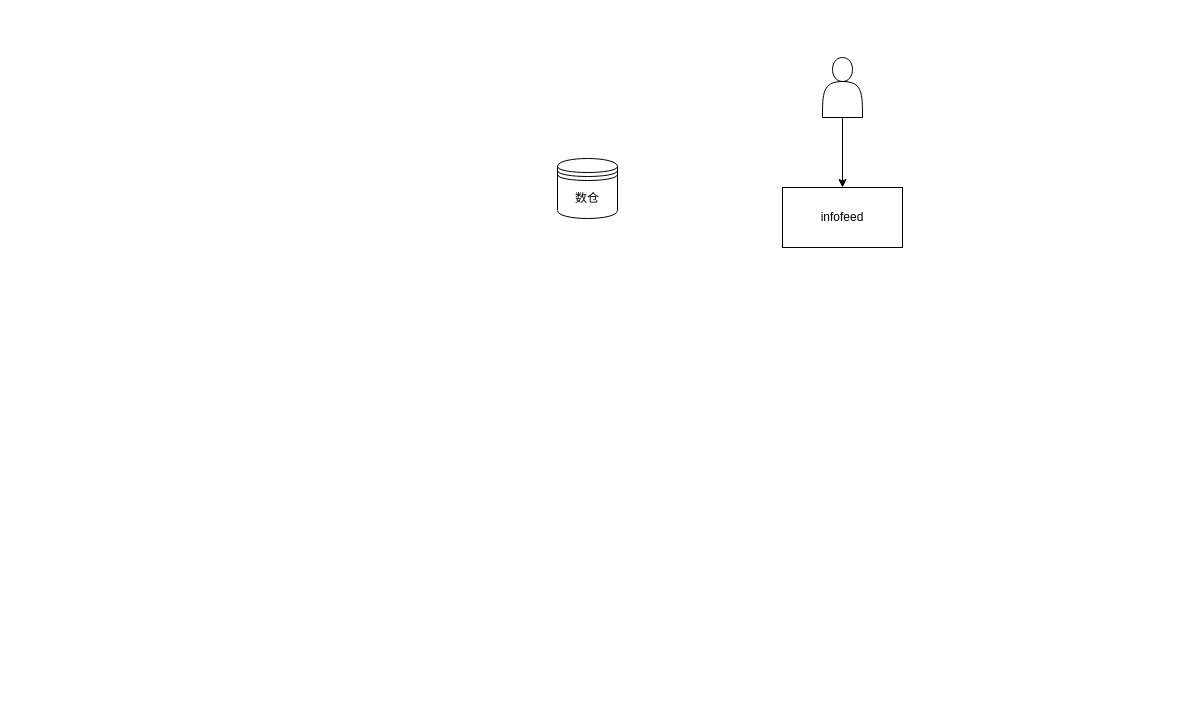
This is 掌通家园-推荐系统流程图.drawio from wangjie5540/drawio, a draw.io file, before an edit. Source tidied: cells renumbered, new cells numbered last; positions are measured from the earlier drawing's top-left corner, leaving out a move shared by most shapes. Both pictures are drawn from the tidied source at 100%, with x=0, y=0 at pixel (557, 57).
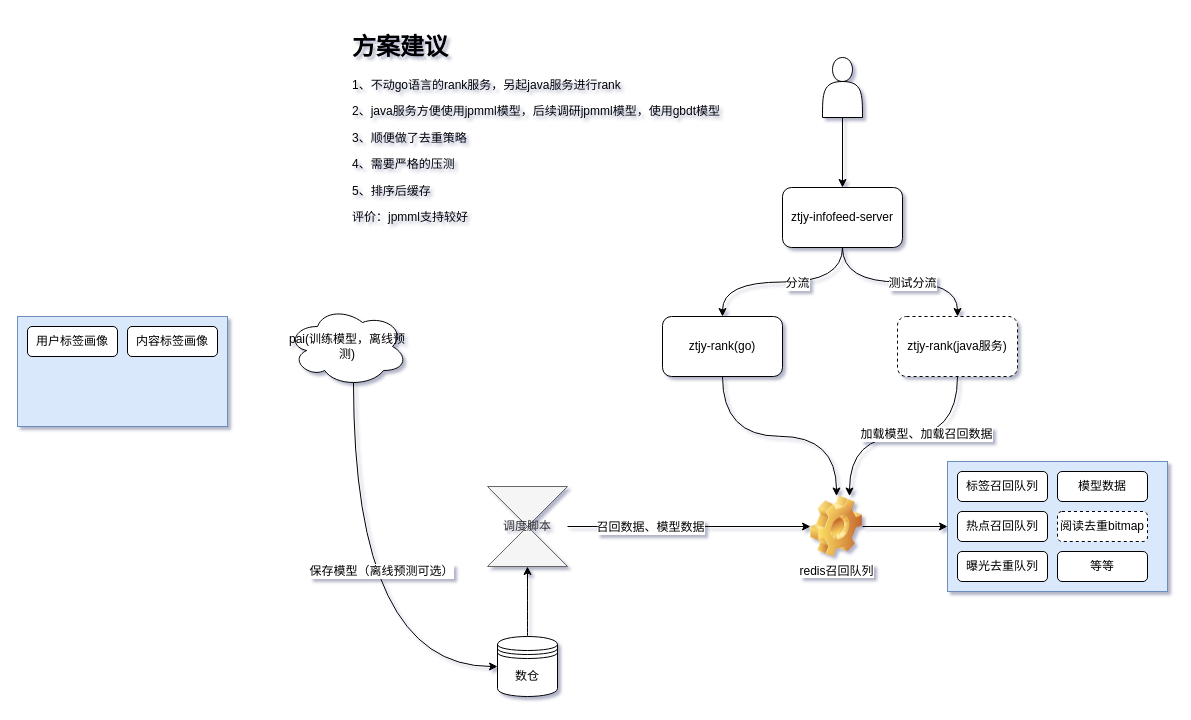
The same diagram, later.

Commit message (it also covers changes not shown here):
更新掌通家园-推荐系统流程图.drawio

Diff of the diagram source:
```diff
@@
-<mxGraphModel>
+<mxGraphModel shadow="1">
@@
+    <mxCell id="6" style="rounded=0;whiteSpace=wrap;html=1;shadow=0;strokeColor=#6c8ebf;fillColor=#dae8fc;" parent="1" vertex="1">
+      <mxGeometry x="-540" y="259" width="210" height="110" as="geometry" />
+    </mxCell>
+    <mxCell id="7" style="edgeStyle=orthogonalEdgeStyle;curved=1;rounded=0;jettySize=auto;html=1;exitX=0.5;exitY=0;exitDx=0;exitDy=0;entryX=0.5;entryY=1;entryDx=0;entryDy=0;" parent="1" edge="1" source="2" target="21">
+      <mxGeometry relative="1" as="geometry" />
+    </mxCell>
     <mxCell id="2" value="数仓" style="shape=datastore;whiteSpace=wrap;html=1;" parent="1" vertex="1">
-      <mxGeometry y="101" width="60" height="60" as="geometry" />
+      <mxGeometry x="-60" y="579" width="60" height="60" as="geometry" />
     </mxCell>
@@
+    <mxCell id="8" style="edgeStyle=orthogonalEdgeStyle;rounded=0;jettySize=auto;html=1;exitX=0.5;exitY=1;exitDx=0;exitDy=0;entryX=0.5;entryY=0;entryDx=0;entryDy=0;curved=1;" parent="1" edge="1" source="5" target="13">
+      <mxGeometry relative="1" as="geometry" />
+    </mxCell>
+    <mxCell id="9" value="分流" style="text;html=1;align=center;verticalAlign=middle;labelBackgroundColor=#ffffff;" parent="8" vertex="1">
+      <mxGeometry x="-0.29" y="1" relative="1" as="geometry">
+        <mxPoint x="-13" as="offset" />
+      </mxGeometry>
+    </mxCell>
+    <mxCell id="10" style="edgeStyle=orthogonalEdgeStyle;curved=1;rounded=0;jettySize=auto;html=1;exitX=0.5;exitY=1;exitDx=0;exitDy=0;" parent="1" edge="1" source="5" target="16">
+      <mxGeometry relative="1" as="geometry" />
+    </mxCell>
+    <mxCell id="11" value="测试分流" style="text;html=1;align=center;verticalAlign=middle;labelBackgroundColor=#ffffff;" parent="10" vertex="1">
+      <mxGeometry x="0.13" y="-1" relative="1" as="geometry" />
+    </mxCell>
-    <mxCell id="5" value="infofeed" style="rounded=0;whiteSpace=wrap;html=1;" parent="1" vertex="1">
+    <mxCell id="5" value="ztjy-infofeed-server" style="rounded=1;whiteSpace=wrap;html=1;" parent="1" vertex="1">
       <mxGeometry x="225" y="130" width="120" height="60" as="geometry" />
     </mxCell>
+    <mxCell id="12" style="edgeStyle=orthogonalEdgeStyle;curved=1;rounded=0;jettySize=auto;html=1;exitX=0.5;exitY=1;exitDx=0;exitDy=0;" parent="1" edge="1" source="13" target="18">
+      <mxGeometry relative="1" as="geometry" />
+    </mxCell>
+    <mxCell id="13" value="ztjy-rank(go)" style="rounded=1;whiteSpace=wrap;html=1;" parent="1" vertex="1">
+      <mxGeometry x="105" y="259" width="120" height="60" as="geometry" />
+    </mxCell>
+    <mxCell id="14" style="edgeStyle=orthogonalEdgeStyle;curved=1;rounded=0;jettySize=auto;html=1;exitX=0.5;exitY=1;exitDx=0;exitDy=0;entryX=0.75;entryY=0;entryDx=0;entryDy=0;" parent="1" edge="1" source="16" target="18">
+      <mxGeometry relative="1" as="geometry" />
+    </mxCell>
+    <mxCell id="15" value="加载模型、加载召回数据" style="text;html=1;align=center;verticalAlign=middle;labelBackgroundColor=#ffffff;" parent="14" vertex="1">
+      <mxGeometry x="-0.5" y="-32" relative="1" as="geometry" />
+    </mxCell>
+    <mxCell id="16" value="ztjy-rank(java服务)" style="rounded=1;whiteSpace=wrap;html=1;dashed=1;" parent="1" vertex="1">
+      <mxGeometry x="340" y="259" width="120" height="60" as="geometry" />
+    </mxCell>
+    <mxCell id="17" style="edgeStyle=none;rounded=0;jettySize=auto;html=1;exitX=1;exitY=0.5;exitDx=0;exitDy=0;entryX=0;entryY=0.5;entryDx=0;entryDy=0;fontColor=#000000;" parent="1" edge="1" source="18" target="27">
+      <mxGeometry relative="1" as="geometry" />
+    </mxCell>
+    <mxCell id="18" value="redis召回队列" style="shape=image;html=1;verticalLabelPosition=bottom;labelBackgroundColor=#ffffff;verticalAlign=top;imageAspect=1;image=img/clipart/Gear_128x128.png;rounded=1;" parent="1" vertex="1">
+      <mxGeometry x="253" y="438.5" width="52" height="61" as="geometry" />
+    </mxCell>
+    <mxCell id="19" style="rounded=0;jettySize=auto;html=1;exitX=1;exitY=0.5;exitDx=0;exitDy=0;" parent="1" edge="1" source="21" target="18">
+      <mxGeometry relative="1" as="geometry" />
+    </mxCell>
+    <mxCell id="20" value="召回数据、模型数据" style="text;html=1;align=center;verticalAlign=middle;labelBackgroundColor=#ffffff;" parent="19" vertex="1">
+      <mxGeometry x="-0.45" relative="1" as="geometry">
+        <mxPoint x="15" as="offset" />
+      </mxGeometry>
+    </mxCell>
+    <mxCell id="21" value="调度脚本" style="shape=collate;whiteSpace=wrap;html=1;rounded=1;fillColor=#f5f5f5;strokeColor=#666666;fontColor=#333333;" parent="1" vertex="1">
+      <mxGeometry x="-70" y="429" width="80" height="80" as="geometry" />
+    </mxCell>
+    <mxCell id="22" style="edgeStyle=orthogonalEdgeStyle;rounded=0;jettySize=auto;html=1;exitX=0.55;exitY=0.95;exitDx=0;exitDy=0;exitPerimeter=0;entryX=0;entryY=0.5;entryDx=0;entryDy=0;curved=1;" parent="1" edge="1" source="24" target="2">
+      <mxGeometry relative="1" as="geometry">
+        <Array as="points">
+          <mxPoint x="-204" y="609" />
+        </Array>
+      </mxGeometry>
+    </mxCell>
+    <mxCell id="23" value="保存模型（离线预测可选）" style="text;html=1;align=center;verticalAlign=middle;labelBackgroundColor=#ffffff;fontColor=#000000;" parent="22" vertex="1">
+      <mxGeometry x="-0.12" y="27" relative="1" as="geometry" />
+    </mxCell>
+    <mxCell id="24" value="pai(训练模型，离线预测)" style="ellipse;shape=cloud;whiteSpace=wrap;html=1;rounded=1;shadow=0;strokeColor=#000000;fillColor=#ffffff;" parent="1" vertex="1">
+      <mxGeometry x="-270" y="249" width="120" height="80" as="geometry" />
+    </mxCell>
+    <mxCell id="25" value="&lt;h1&gt;方案建议&lt;/h1&gt;&lt;p&gt;1、不动go语言的rank服务，另起java服务进行rank&lt;/p&gt;&lt;p&gt;2、java服务方便使用jpmml模型，后续调研jpmml模型，使用gbdt模型&lt;/p&gt;&lt;p&gt;3、顺便做了去重策略&lt;/p&gt;&lt;p&gt;4、需要严格的压测&lt;/p&gt;&lt;p&gt;5、排序后缓存&lt;/p&gt;&lt;p&gt;评价：jpmml支持较好&lt;/p&gt;" style="text;html=1;strokeColor=none;fillColor=none;spacing=5;spacingTop=-20;whiteSpace=wrap;overflow=hidden;rounded=0;shadow=0;fontStyle=0;fontColor=#000000;" parent="1" vertex="1">
+      <mxGeometry x="-210" y="-30" width="410" height="209" as="geometry" />
+    </mxCell>
+    <mxCell id="26" style="group;" parent="1" vertex="1">
+      <mxGeometry x="390" y="404" width="220" height="130" as="geometry" />
+    </mxCell>
+    <mxCell id="27" style="rounded=0;whiteSpace=wrap;html=1;shadow=0;strokeColor=#6c8ebf;fillColor=#dae8fc;" parent="26" vertex="1">
+      <mxGeometry width="220" height="130" as="geometry" />
+    </mxCell>
+    <mxCell id="28" value="标签召回队列" style="rounded=1;whiteSpace=wrap;html=1;shadow=0;strokeColor=#000000;fillColor=#ffffff;fontColor=#000000;" parent="26" vertex="1">
+      <mxGeometry x="10" y="10" width="90" height="30" as="geometry" />
+    </mxCell>
+    <mxCell id="29" value="模型数据" style="rounded=1;whiteSpace=wrap;html=1;shadow=0;strokeColor=#000000;fillColor=#ffffff;fontColor=#000000;" parent="26" vertex="1">
+      <mxGeometry x="110" y="10" width="90" height="30" as="geometry" />
+    </mxCell>
+    <mxCell id="30" value="热点召回队列" style="rounded=1;whiteSpace=wrap;html=1;shadow=0;strokeColor=#000000;fillColor=#ffffff;fontColor=#000000;" parent="26" vertex="1">
+      <mxGeometry x="10" y="50" width="90" height="30" as="geometry" />
+    </mxCell>
+    <mxCell id="31" value="阅读去重bitmap" style="rounded=1;whiteSpace=wrap;html=1;shadow=0;strokeColor=#000000;fillColor=#ffffff;fontColor=#000000;dashed=1;" parent="26" vertex="1">
+      <mxGeometry x="110" y="50" width="90" height="30" as="geometry" />
+    </mxCell>
+    <mxCell id="32" value="曝光去重队列" style="rounded=1;whiteSpace=wrap;html=1;shadow=0;strokeColor=#000000;fillColor=#ffffff;fontColor=#000000;" parent="26" vertex="1">
+      <mxGeometry x="10" y="90" width="90" height="30" as="geometry" />
+    </mxCell>
+    <mxCell id="33" value="等等" style="rounded=1;whiteSpace=wrap;html=1;shadow=0;strokeColor=#000000;fillColor=#ffffff;fontColor=#000000;" parent="26" vertex="1">
+      <mxGeometry x="110" y="90" width="90" height="30" as="geometry" />
+    </mxCell>
+    <mxCell id="34" value="用户标签画像" style="rounded=1;whiteSpace=wrap;html=1;shadow=0;strokeColor=#000000;fillColor=#ffffff;fontColor=#000000;" parent="1" vertex="1">
+      <mxGeometry x="-530" y="269" width="90" height="30" as="geometry" />
+    </mxCell>
+    <mxCell id="35" value="内容标签画像" style="rounded=1;whiteSpace=wrap;html=1;shadow=0;strokeColor=#000000;fillColor=#ffffff;fontColor=#000000;" parent="1" vertex="1">
+      <mxGeometry x="-430" y="269" width="90" height="30" as="geometry" />
+    </mxCell>
```
